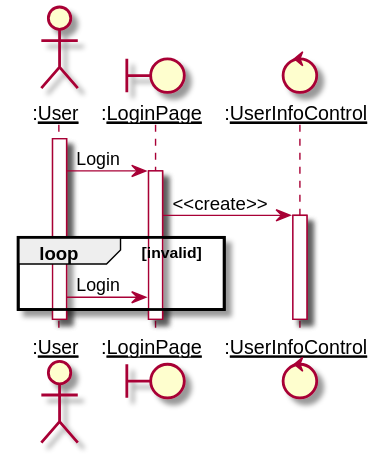
The PlantUML diagram 需求定义和分析/SeqDiagram/login.svg in kpp19920121/doc, before a commit.
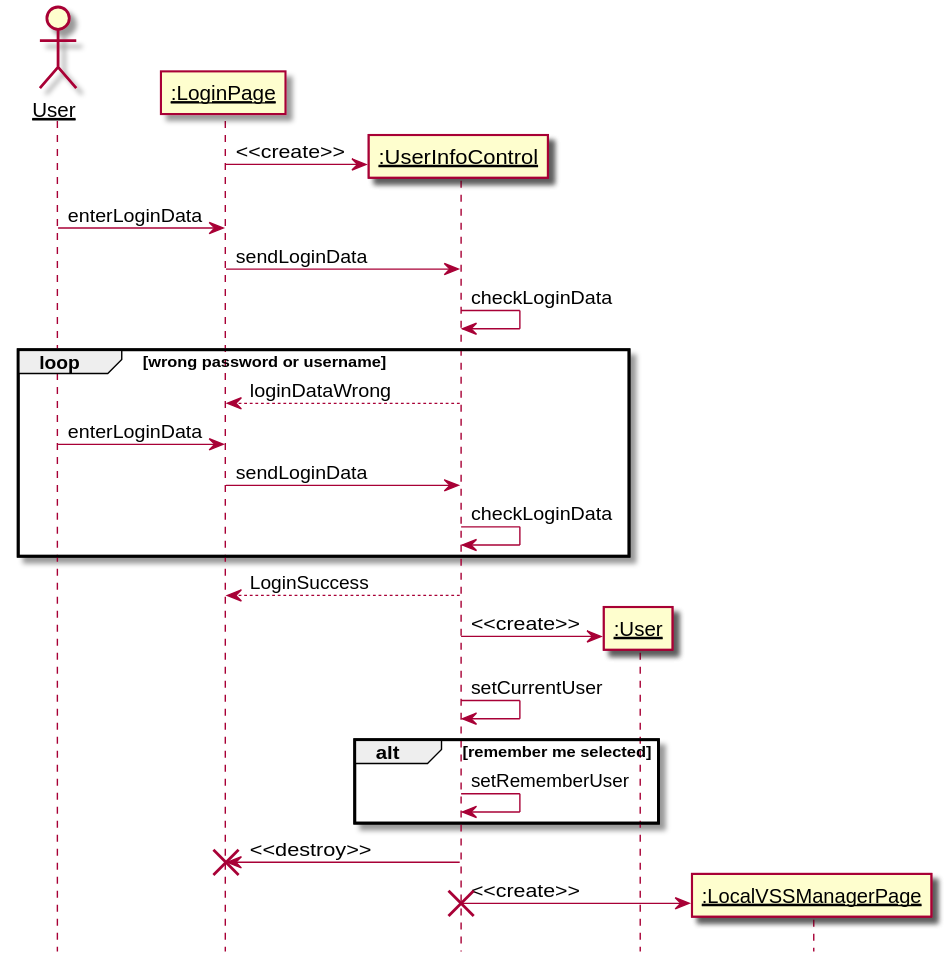
Later version of the same file.

Diff of the diagram source:
```diff
@@ -1,17 +1,34 @@
-@startuml
-actor ":__User__" as User
-boundary ":__LoginPage__" as LoginPage
-control ":__UserInfoControl__" as UserInfoControl
+@startuml Login
+hide footbox
+skinparam sequenceParticipant underline
 
-activate User
-User -> LoginPage: Login
-activate LoginPage
-LoginPage -> UserInfoControl: <<create>>
-activate UserInfoControl
-loop invalid
-    User -> LoginPage: Login
+actor User as user
+participant ":LoginPage" as boundary
+participant ":UserInfoControl" as control
+participant ":User" as userdata
+participant ":LocalVSSManagerPage" as nextpage
+
+create control
+boundary -> control: <<create>>
+user -> boundary: enterLoginData
+boundary -> control: sendLoginData
+control -> control: checkLoginData
+loop wrong password or username
+    control --> boundary: loginDataWrong
+    user -> boundary: enterLoginData
+    boundary -> control: sendLoginData
+    control -> control: checkLoginData
 end
-deactivate User
-deactivate LoginPage
-deactivate UserInfoControl
+control --> boundary: LoginSuccess
+create userdata
+control -> userdata: <<create>>
+control -> control: setCurrentUser
+alt remember me selected
+    control -> control: setRememberUser
+end
+control -> boundary: <<destroy>>
+destroy boundary
+create nextpage
+control -> nextpage: <<create>>
+destroy control
 @enduml
```
